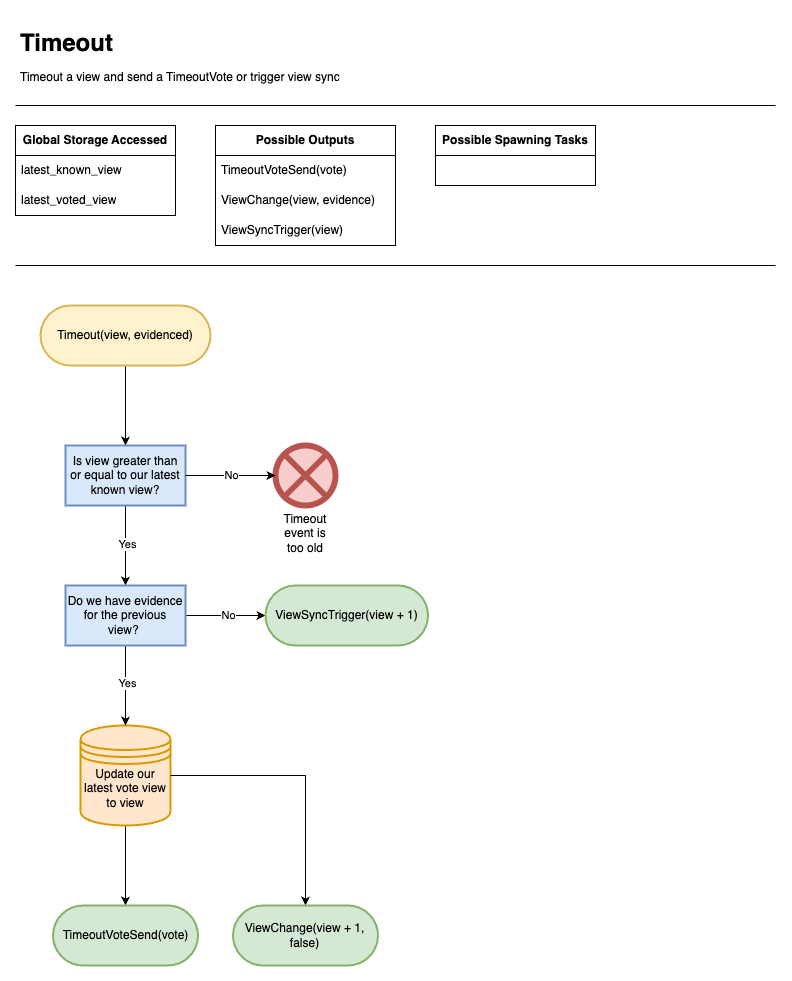
Earlier version of the draw.io export docs/diagrams/images/HotShotFlow-Timeout.drawio.png (EspressoSystems/HotShot). Source tidied: cells renumbered, new cells last; positions are measured from the earlier drawing's top-left corner, leaving out a move shared by most shapes.
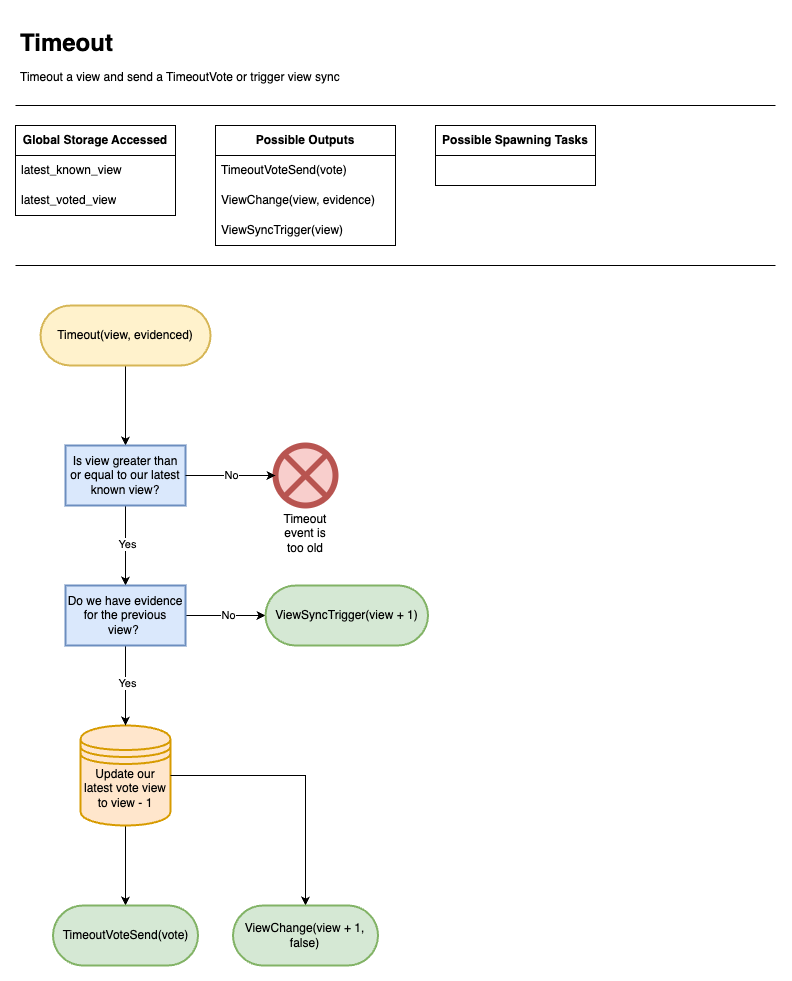
After the change.

Change to the diagram source:
```diff
@@ -68,7 +68,7 @@
     <mxCell id="21" style="edgeStyle=orthogonalEdgeStyle;rounded=0;jettySize=auto;html=1;" parent="1" edge="1" source="22" target="24">
       <mxGeometry relative="1" as="geometry" />
     </mxCell>
-    <mxCell id="22" value="Update our latest vote view to view" style="strokeWidth=2;html=1;shape=datastore;whiteSpace=wrap;labelPosition=center;verticalLabelPosition=middle;align=center;verticalAlign=top;fillColor=#ffe6cc;strokeColor=#d79b00;" parent="1" vertex="1">
+    <mxCell id="22" value="Update our latest vote view to view - 1" style="strokeWidth=2;html=1;shape=datastore;whiteSpace=wrap;labelPosition=center;verticalLabelPosition=middle;align=center;verticalAlign=top;fillColor=#ffe6cc;strokeColor=#d79b00;" parent="1" vertex="1">
       <mxGeometry x="65" y="700" width="90" height="100" as="geometry" />
     </mxCell>
     <mxCell id="23" style="edgeStyle=orthogonalEdgeStyle;rounded=0;jettySize=auto;html=1;exitX=1;exitY=0.5;exitDx=0;exitDy=0;" parent="1" edge="1" source="22" target="30">
```
